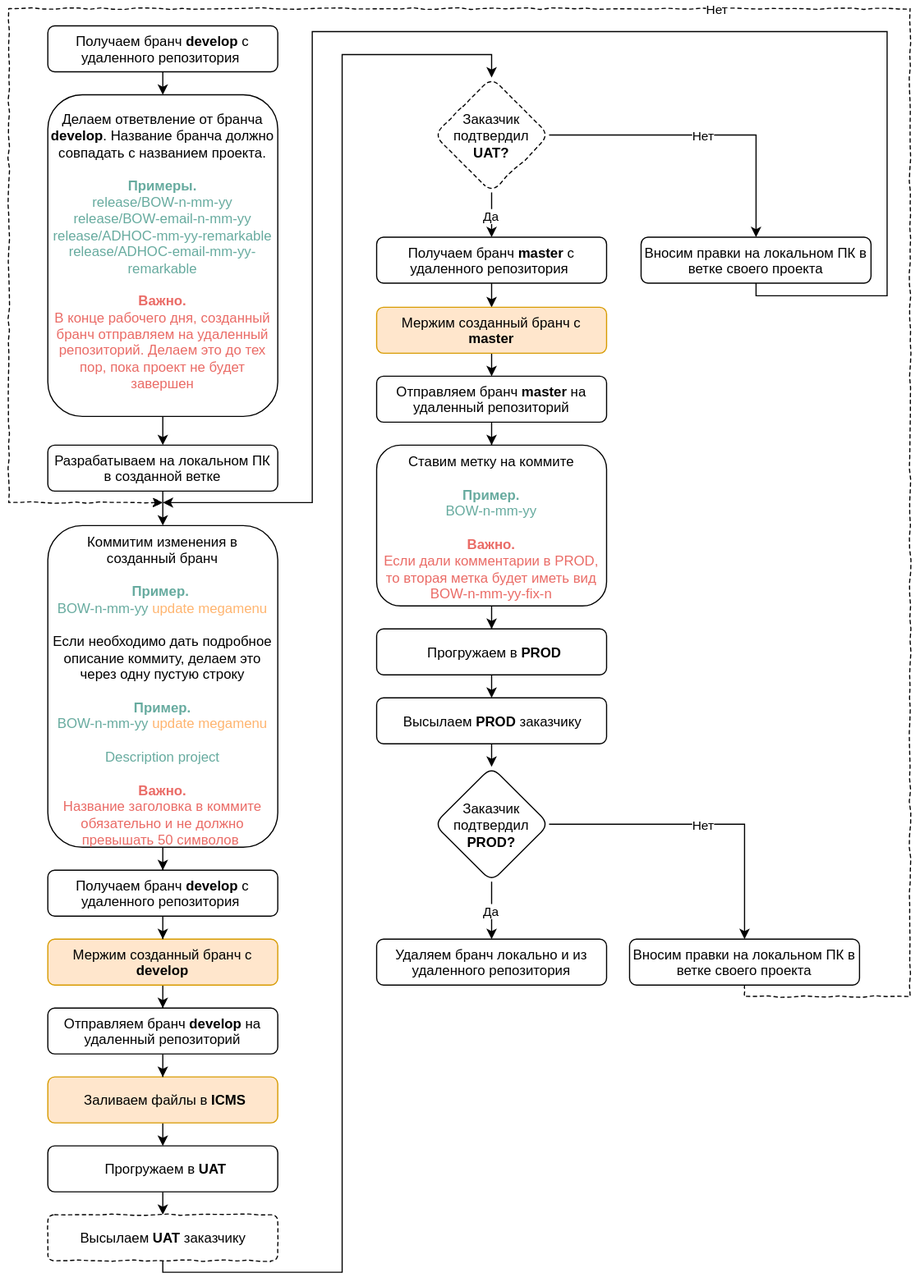
Before: GIT roadmap.svg, a diagram exported from draw.io (biryukovkolya/upload-files). Source tidied: cells renumbered, new cells last; positions are measured from the earlier drawing's top-left corner, leaving out a move shared by most shapes.
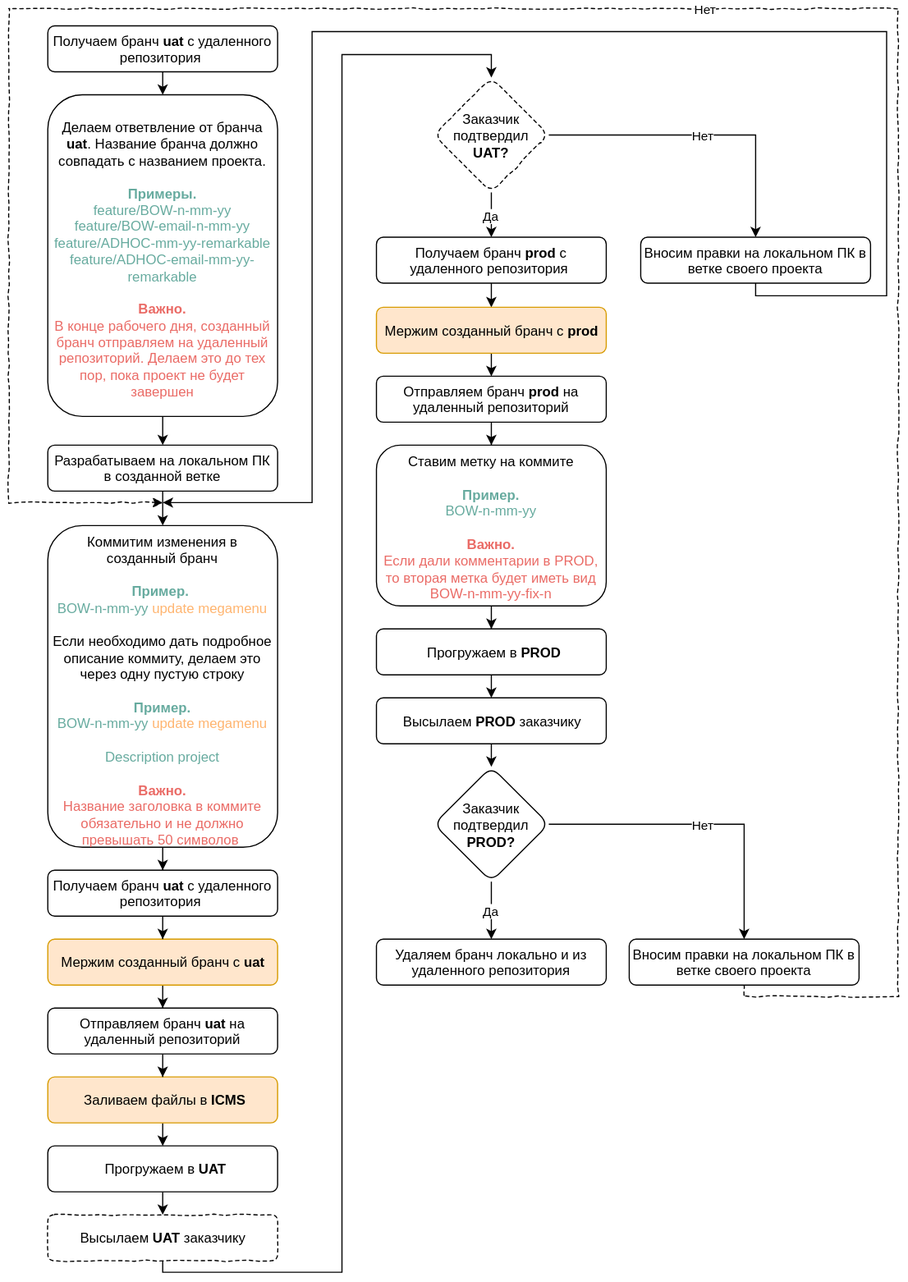
The same file after the commit.

What changed in the source:
```diff
@@ -5,7 +5,7 @@
     <mxCell id="2" style="edgeStyle=orthogonalEdgeStyle;rounded=0;html=1;exitX=0.5;exitY=1;entryX=0.5;entryY=0;jettySize=auto;" parent="1" edge="1" source="3" target="11">
       <mxGeometry relative="1" as="geometry" />
     </mxCell>
-    <mxCell id="3" value="Получаем бранч&amp;nbsp;&lt;b&gt;develop&lt;/b&gt; c удаленного репозитория&amp;nbsp;&lt;b&gt;&lt;font color=&quot;#67ab9f&quot;&gt;&lt;br&gt;&lt;/font&gt;&lt;/b&gt;" style="rounded=1;whiteSpace=wrap;html=1;spacingRight=0;spacingLeft=0;spacing=3;" parent="1" vertex="1">
+    <mxCell id="3" value="Получаем бранч&amp;nbsp;&lt;b&gt;uat&lt;/b&gt; c удаленного репозитория&amp;nbsp;&lt;b&gt;&lt;font color=&quot;#67ab9f&quot;&gt;&lt;br&gt;&lt;/font&gt;&lt;/b&gt;" style="rounded=1;whiteSpace=wrap;html=1;spacingRight=0;spacingLeft=0;spacing=3;" parent="1" vertex="1">
       <mxGeometry x="34" y="15" width="200" height="40" as="geometry" />
     </mxCell>
     <mxCell id="4" style="edgeStyle=orthogonalEdgeStyle;rounded=0;html=1;exitX=0.5;exitY=1;jettySize=auto;" parent="1" edge="1" source="5" target="7">
@@ -23,19 +23,19 @@
     <mxCell id="8" style="edgeStyle=orthogonalEdgeStyle;rounded=0;html=1;exitX=0.5;exitY=1;jettySize=auto;" parent="1" edge="1" source="9" target="36">
       <mxGeometry relative="1" as="geometry" />
     </mxCell>
-    <mxCell id="9" value="Мержим созданный бранч с &lt;b&gt;develop&lt;/b&gt;" style="rounded=1;whiteSpace=wrap;html=1;spacing=3;fillColor=#ffe6cc;strokeColor=#d79b00;glass=0;" parent="1" vertex="1">
+    <mxCell id="9" value="Мержим созданный бранч с &lt;b&gt;uat&lt;/b&gt;" style="rounded=1;whiteSpace=wrap;html=1;spacing=3;fillColor=#ffe6cc;strokeColor=#d79b00;glass=0;" parent="1" vertex="1">
       <mxGeometry x="34" y="810" width="200" height="40" as="geometry" />
     </mxCell>
     <mxCell id="10" style="edgeStyle=orthogonalEdgeStyle;rounded=0;comic=0;html=1;exitX=0.5;exitY=1;entryX=0.5;entryY=0;jettySize=auto;" parent="1" edge="1" source="11" target="5">
       <mxGeometry relative="1" as="geometry" />
     </mxCell>
-    <mxCell id="11" value="Делаем ответвление от бранча &lt;b&gt;develop&lt;/b&gt;. Название бранча должно совпадать с названием проекта.&lt;br&gt;&lt;font color=&quot;#67ab9f&quot;&gt;&lt;br&gt;&lt;b&gt;Примеры.&lt;br&gt;&lt;/b&gt;release/BOW-n-mm-yy&lt;/font&gt;&lt;font color=&quot;#67ab9f&quot;&gt;&lt;br&gt;release/BOW-email-n-mm-yy&lt;br&gt;release/ADHOC-mm-yy-remarkable&lt;/font&gt;&lt;br&gt;&lt;font color=&quot;#67ab9f&quot;&gt;release/ADHOC-email-mm-yy-remarkable&lt;/font&gt;&lt;font color=&quot;#67ab9f&quot;&gt;&lt;br&gt;&lt;br&gt;&lt;/font&gt;&lt;font color=&quot;#ea6b66&quot;&gt;&lt;b&gt;Важно.&lt;br&gt;&lt;/b&gt;В конце рабочего дня, созданный бранч отправляем на удаленный репозиторий. Делаем это до тех пор, пока проект не будет завершен&lt;/font&gt;&lt;b&gt;&lt;font color=&quot;#67ab9f&quot;&gt;&lt;br&gt;&lt;/font&gt;&lt;/b&gt;" style="rounded=1;whiteSpace=wrap;html=1;spacingRight=0;spacingLeft=0;spacing=3;" parent="1" vertex="1">
+    <mxCell id="11" value="Делаем ответвление от бранча &lt;b&gt;uat&lt;/b&gt;. Название бранча должно совпадать с названием проекта.&lt;br&gt;&lt;font color=&quot;#67ab9f&quot;&gt;&lt;br&gt;&lt;b&gt;Примеры.&lt;br&gt;&lt;/b&gt;feature/BOW-n-mm-yy&lt;/font&gt;&lt;font color=&quot;#67ab9f&quot;&gt;&lt;br&gt;feature/BOW-email-n-mm-yy&lt;br&gt;feature/ADHOC-mm-yy-remarkable&lt;/font&gt;&lt;br&gt;&lt;font color=&quot;#67ab9f&quot;&gt;feature/ADHOC-email-mm-yy-remarkable&lt;/font&gt;&lt;font color=&quot;#67ab9f&quot;&gt;&lt;br&gt;&lt;br&gt;&lt;/font&gt;&lt;font color=&quot;#ea6b66&quot;&gt;&lt;b&gt;Важно.&lt;br&gt;&lt;/b&gt;В конце рабочего дня, созданный бранч отправляем на удаленный репозиторий. Делаем это до тех пор, пока проект не будет завершен&lt;/font&gt;&lt;b&gt;&lt;font color=&quot;#67ab9f&quot;&gt;&lt;br&gt;&lt;/font&gt;&lt;/b&gt;" style="rounded=1;whiteSpace=wrap;html=1;spacingRight=0;spacingLeft=0;spacing=3;" parent="1" vertex="1">
       <mxGeometry x="34" y="75" width="200" height="280" as="geometry" />
     </mxCell>
     <mxCell id="12" style="edgeStyle=orthogonalEdgeStyle;rounded=0;html=1;exitX=0.5;exitY=1;jettySize=auto;" parent="1" edge="1" source="13" target="9">
       <mxGeometry relative="1" as="geometry" />
     </mxCell>
-    <mxCell id="13" value="Получаем бранч&amp;nbsp;&lt;b&gt;develop&lt;/b&gt; c удаленного репозитория&amp;nbsp;&lt;b&gt;&lt;font color=&quot;#67ab9f&quot;&gt;&lt;br&gt;&lt;/font&gt;&lt;/b&gt;" style="rounded=1;whiteSpace=wrap;html=1;spacingRight=0;spacingLeft=0;spacing=3;" parent="1" vertex="1">
+    <mxCell id="13" value="Получаем бранч&amp;nbsp;&lt;b&gt;uat&lt;/b&gt; c удаленного репозитория&amp;nbsp;&lt;b&gt;&lt;font color=&quot;#67ab9f&quot;&gt;&lt;br&gt;&lt;/font&gt;&lt;/b&gt;" style="rounded=1;whiteSpace=wrap;html=1;spacingRight=0;spacingLeft=0;spacing=3;" parent="1" vertex="1">
       <mxGeometry x="34" y="750" width="200" height="40" as="geometry" />
     </mxCell>
     <mxCell id="14" value="Да" style="edgeStyle=orthogonalEdgeStyle;rounded=0;html=1;exitX=0.5;exitY=1;entryX=0.5;entryY=0;jettySize=auto;" parent="1" edge="1" source="16" target="24">
@@ -77,13 +77,13 @@
     <mxCell id="23" style="edgeStyle=orthogonalEdgeStyle;rounded=0;html=1;exitX=0.5;exitY=1;entryX=0.5;entryY=0;jettySize=auto;" parent="1" edge="1" source="24" target="26">
       <mxGeometry relative="1" as="geometry" />
     </mxCell>
-    <mxCell id="24" value="Получаем бранч&amp;nbsp;&lt;b&gt;master&lt;/b&gt; c удаленного репозитория&amp;nbsp;&lt;b&gt;&lt;font color=&quot;#67ab9f&quot;&gt;&lt;br&gt;&lt;/font&gt;&lt;/b&gt;" style="rounded=1;whiteSpace=wrap;html=1;spacingRight=0;spacingLeft=0;spacing=3;" parent="1" vertex="1">
+    <mxCell id="24" value="Получаем бранч&amp;nbsp;&lt;b&gt;prod&lt;/b&gt; c удаленного репозитория&amp;nbsp;&lt;b&gt;&lt;font color=&quot;#67ab9f&quot;&gt;&lt;br&gt;&lt;/font&gt;&lt;/b&gt;" style="rounded=1;whiteSpace=wrap;html=1;spacingRight=0;spacingLeft=0;spacing=3;" parent="1" vertex="1">
       <mxGeometry x="320" y="199" width="200" height="40" as="geometry" />
     </mxCell>
     <mxCell id="25" style="edgeStyle=orthogonalEdgeStyle;rounded=0;html=1;exitX=0.5;exitY=1;jettySize=auto;entryX=0.5;entryY=0;" parent="1" edge="1" source="26" target="38">
       <mxGeometry relative="1" as="geometry" />
     </mxCell>
-    <mxCell id="26" value="Мержим созданный бранч с &lt;b&gt;master&lt;/b&gt;" style="rounded=1;whiteSpace=wrap;html=1;spacing=3;fillColor=#ffe6cc;strokeColor=#d79b00;" parent="1" vertex="1">
+    <mxCell id="26" value="Мержим созданный бранч с &lt;b&gt;prod&lt;/b&gt;" style="rounded=1;whiteSpace=wrap;html=1;spacing=3;fillColor=#ffe6cc;strokeColor=#d79b00;" parent="1" vertex="1">
       <mxGeometry x="320" y="260" width="200" height="40" as="geometry" />
     </mxCell>
     <mxCell id="27" style="edgeStyle=orthogonalEdgeStyle;rounded=0;html=1;exitX=0.5;exitY=1;entryX=0.5;entryY=0;jettySize=auto;" parent="1" edge="1" source="28" target="30">
@@ -113,13 +113,13 @@
     <mxCell id="35" style="edgeStyle=orthogonalEdgeStyle;rounded=0;html=1;exitX=0.5;exitY=1;jettySize=auto;" parent="1" edge="1" source="36" target="18">
       <mxGeometry relative="1" as="geometry" />
     </mxCell>
-    <mxCell id="36" value="Отправляем бранч&amp;nbsp;&lt;b&gt;develop&lt;/b&gt;&amp;nbsp;на удаленный репозиторий&lt;b&gt;&lt;font color=&quot;#67ab9f&quot;&gt;&lt;br&gt;&lt;/font&gt;&lt;/b&gt;" style="rounded=1;whiteSpace=wrap;html=1;spacingRight=0;spacingLeft=0;spacing=3;" parent="1" vertex="1">
+    <mxCell id="36" value="Отправляем бранч&amp;nbsp;&lt;b&gt;uat&lt;/b&gt;&amp;nbsp;на удаленный репозиторий&lt;b&gt;&lt;font color=&quot;#67ab9f&quot;&gt;&lt;br&gt;&lt;/font&gt;&lt;/b&gt;" style="rounded=1;whiteSpace=wrap;html=1;spacingRight=0;spacingLeft=0;spacing=3;" parent="1" vertex="1">
       <mxGeometry x="34" y="870" width="200" height="40" as="geometry" />
     </mxCell>
     <mxCell id="37" style="edgeStyle=orthogonalEdgeStyle;rounded=0;comic=0;html=1;exitX=0.5;exitY=1;jettySize=auto;" parent="1" edge="1" source="38" target="42">
       <mxGeometry relative="1" as="geometry" />
     </mxCell>
-    <mxCell id="38" value="Отправляем бранч &lt;b&gt;master&lt;/b&gt;&amp;nbsp;на удаленный репозиторий&lt;br&gt;" style="rounded=1;whiteSpace=wrap;html=1;spacing=3;" parent="1" vertex="1">
+    <mxCell id="38" value="Отправляем бранч &lt;b&gt;prod&lt;/b&gt;&amp;nbsp;на удаленный репозиторий&lt;br&gt;" style="rounded=1;whiteSpace=wrap;html=1;spacing=3;" parent="1" vertex="1">
       <mxGeometry x="320" y="320" width="200" height="40" as="geometry" />
     </mxCell>
     <mxCell id="39" value="Нет" style="edgeStyle=orthogonalEdgeStyle;rounded=0;html=1;jettySize=auto;comic=1;dashed=1;exitX=0.5;exitY=1;" parent="1" edge="1" source="40">
@@ -127,8 +127,8 @@
         <mxPoint x="134" y="430" as="targetPoint" />
         <Array as="points">
           <mxPoint x="640" y="860" />
-          <mxPoint x="784" y="860" />
-          <mxPoint x="784" />
+          <mxPoint x="774" y="860" />
+          <mxPoint x="774" />
           <mxPoint />
           <mxPoint y="430" />
         </Array>
```
